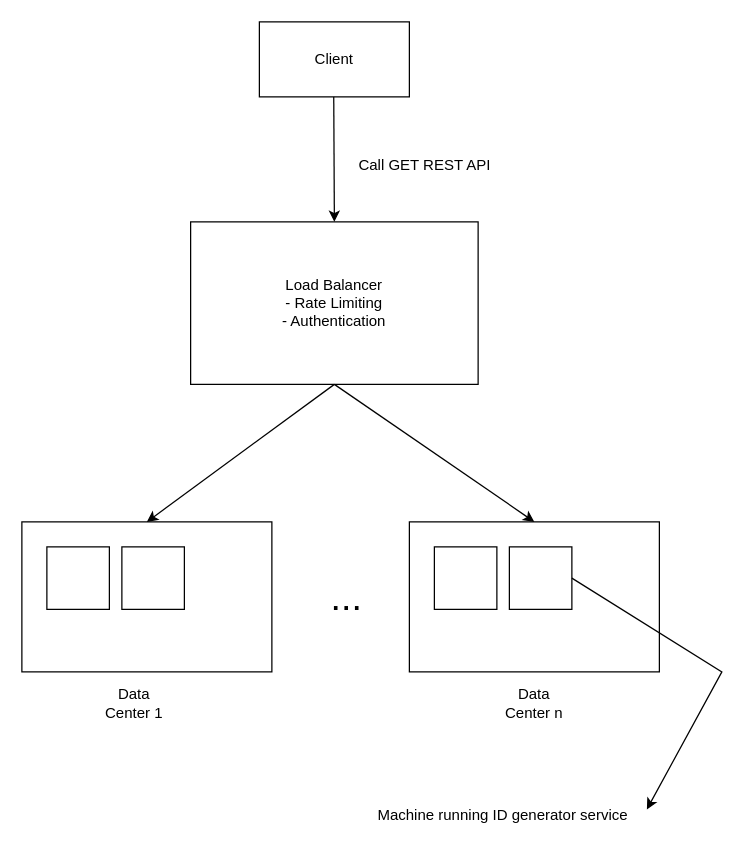
This is Unique_ID_Generator_For_Distributed_Systems/Unique ID Generator Architecture Diagram.drawio from rakeshgk/draw.io, a draw.io file, before an edit. Source tidied: cells renumbered, new cells numbered last; positions are measured from the earlier drawing's top-left corner, leaving out a move shared by most shapes. Both pictures are drawn from the tidied source at 125%, with x=0, y=0 at pixel (21, 21).
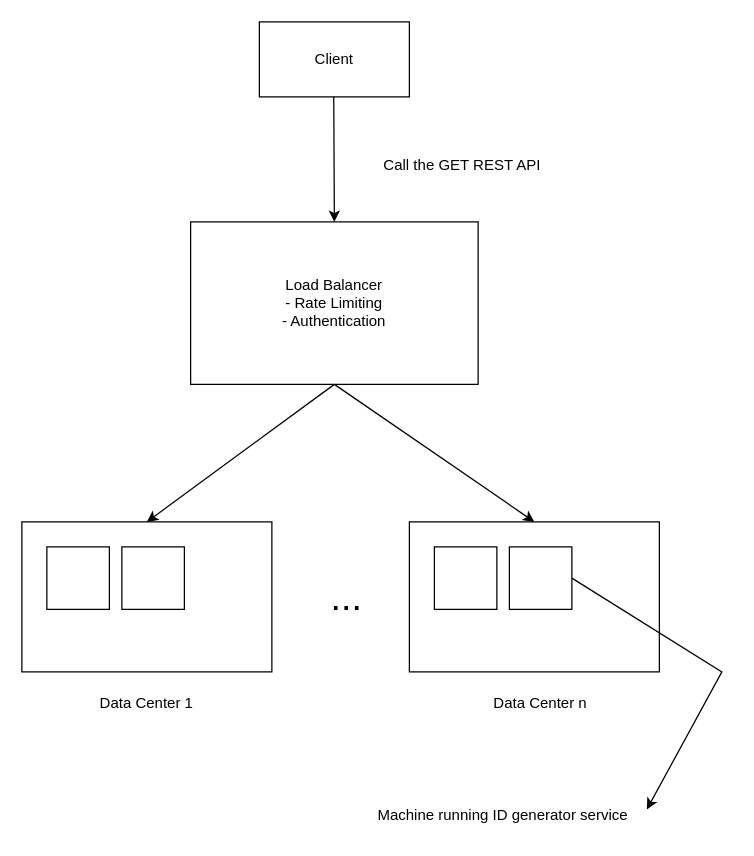
Above is the later version.

Diff of the diagram source:
```diff
@@
-    <mxCell id="5" value="Call GET REST API" style="text;html=1;align=center;verticalAlign=middle;whiteSpace=wrap;rounded=0;" parent="1" vertex="1">
-      <mxGeometry x="265" y="100" width="115" height="30" as="geometry" />
+    <mxCell id="5" value="Call the GET REST API" style="text;html=1;align=center;verticalAlign=middle;whiteSpace=wrap;rounded=0;" parent="1" vertex="1">
+      <mxGeometry x="265" y="100" width="175" height="30" as="geometry" />
     </mxCell>
@@
     <mxCell id="13" value="Data Center 1" style="text;html=1;align=center;verticalAlign=middle;whiteSpace=wrap;rounded=0;" parent="1" vertex="1">
-      <mxGeometry x="60" y="530" width="60" height="30" as="geometry" />
+      <mxGeometry x="50" y="530" width="100" height="30" as="geometry" />
     </mxCell>
     <mxCell id="14" value="Data Center n" style="text;html=1;align=center;verticalAlign=middle;whiteSpace=wrap;rounded=0;" parent="1" vertex="1">
-      <mxGeometry x="380" y="530" width="60" height="30" as="geometry" />
+      <mxGeometry x="370" y="530" width="90" height="30" as="geometry" />
     </mxCell>
```
